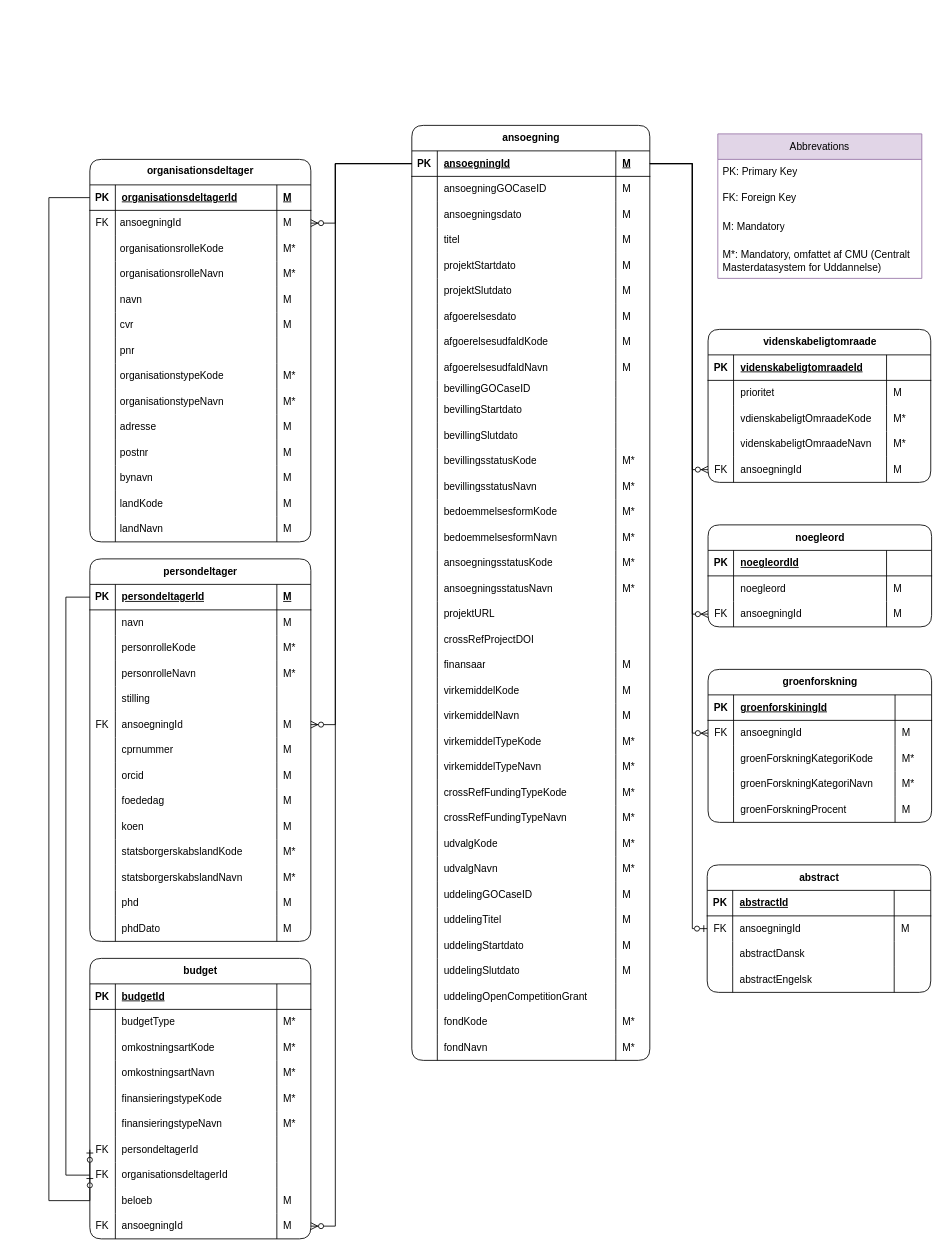
Above: page "NY Raw" (4 of 5) of Grants model.drawio in thomas-lange-dk/Grants (draw.io), before the change. Source tidied: cells renumbered, new cells numbered last; positions are measured from the earlier drawing's top-left corner, leaving out a move shared by most shapes. Both pictures are drawn from the tidied source at 85%, with x=0, y=0 at pixel (48, 125).
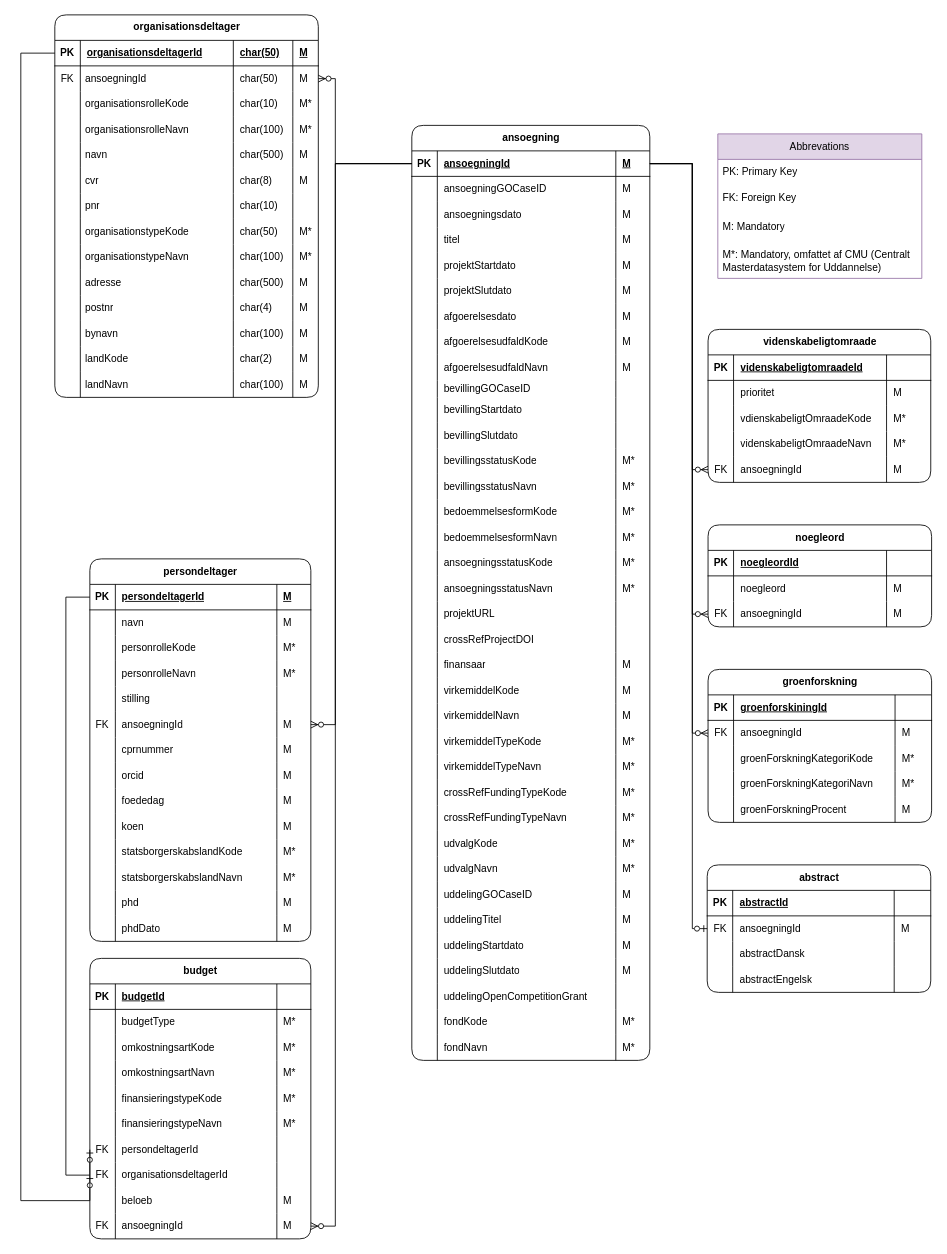
After the change.

The change refers to these unchanged cells:
```xml
<mxCell id="4" value="PK" style="shape=partialRectangle;fillColor=none;top=0;left=0;bottom=0;right=0;fontStyle=1;overflow=hidden;whiteSpace=wrap;html=1;shadow=0;spacingBottom=0;spacingTop=0;" parent="3" vertex="1">
  <mxGeometry width="30" height="30" as="geometry" />
</mxCell>
<mxCell id="101" value="PK" style="shape=partialRectangle;fillColor=none;top=0;left=0;bottom=0;right=0;fontStyle=1;overflow=hidden;whiteSpace=wrap;html=1;shadow=0;" parent="100" vertex="1">
  <mxGeometry width="30" height="30" as="geometry" />
</mxCell>
<mxCell id="331" value="FK" style="shape=partialRectangle;fillColor=none;top=0;left=0;bottom=0;right=0;overflow=hidden;whiteSpace=wrap;html=1;shadow=0;" parent="330" vertex="1">
  <mxGeometry width="30" height="30" as="geometry" />
</mxCell>
```

Diff of the diagram source:
```diff
@@
     <mxCell id="2" value="organisationsdeltager" style="shape=table;startSize=30;childLayout=tableLayout;rowLines=0;fontStyle=1;align=center;html=1;rounded=1;shadow=0;spacing=-3;spacingTop=-3;" parent="1" vertex="1">
-      <mxGeometry x="48.2" y="40" width="260" height="450" as="geometry" />
+      <mxGeometry x="7" y="-130" width="310" height="450" as="geometry" />
     </mxCell>
     <mxCell id="3" style="shape=tableRow;horizontal=0;startSize=0;swimlaneHead=0;swimlaneBody=0;fillColor=none;top=0;left=0;right=0;bottom=1;shadow=0;spacingBottom=0;spacingTop=0;" parent="2" vertex="1">
-      <mxGeometry y="30" width="260" height="30" as="geometry" />
+      <mxGeometry y="30" width="310" height="30" as="geometry" />
     </mxCell>
@@
     <mxCell id="5" value="&lt;span style=&quot;text-align: center; text-wrap-mode: nowrap;&quot;&gt;organisationsdeltager&lt;/span&gt;Id" style="shape=partialRectangle;fillColor=none;top=0;left=0;bottom=0;right=0;align=left;spacingLeft=6;fontStyle=5;overflow=hidden;whiteSpace=wrap;html=1;shadow=0;spacingBottom=0;spacingTop=0;" parent="3" vertex="1">
-      <mxGeometry x="30" width="190" height="30" as="geometry" />
+      <mxGeometry x="30" width="180" height="30" as="geometry" />
     </mxCell>
+    <mxCell id="388" value="char(50)" style="shape=partialRectangle;fillColor=none;top=0;left=0;bottom=0;right=0;align=left;spacingLeft=6;fontStyle=5;overflow=hidden;whiteSpace=wrap;html=1;shadow=0;spacingBottom=0;spacingTop=0;" parent="3" vertex="1">
+      <mxGeometry x="210" width="70" height="30" as="geometry" />
+    </mxCell>
     <mxCell id="6" value="M" style="shape=partialRectangle;fillColor=none;top=0;left=0;bottom=0;right=0;align=left;spacingLeft=6;fontStyle=5;overflow=hidden;whiteSpace=wrap;html=1;shadow=0;spacingBottom=0;spacingTop=0;" parent="3" vertex="1">
-      <mxGeometry x="220" width="40" height="30" as="geometry" />
+      <mxGeometry x="280" width="30" height="30" as="geometry" />
     </mxCell>
     <mxCell id="7" style="shape=tableRow;horizontal=0;startSize=0;swimlaneHead=0;swimlaneBody=0;fillColor=none;top=0;left=0;right=0;bottom=0;shadow=0;spacingBottom=0;spacingTop=0;" parent="2" vertex="1">
-      <mxGeometry y="60" width="260" height="30" as="geometry" />
+      <mxGeometry y="60" width="310" height="30" as="geometry" />
     </mxCell>
@@
     <mxCell id="9" value="ansoegning&lt;span style=&quot;background-color: transparent; color: light-dark(rgb(0, 0, 0), rgb(255, 255, 255));&quot;&gt;Id&lt;/span&gt;" style="shape=partialRectangle;fillColor=none;top=0;left=0;bottom=0;right=0;align=left;spacingLeft=6;overflow=hidden;whiteSpace=wrap;html=1;shadow=0;spacing=0;spacingBottom=0;spacingTop=0;verticalAlign=middle;" parent="7" vertex="1">
-      <mxGeometry x="30" width="190" height="30" as="geometry" />
+      <mxGeometry x="30" width="180" height="30" as="geometry" />
     </mxCell>
+    <mxCell id="389" value="char(50)" style="shape=partialRectangle;fillColor=none;top=0;left=0;bottom=0;right=0;align=left;spacingLeft=6;overflow=hidden;whiteSpace=wrap;html=1;shadow=0;spacingBottom=0;spacingTop=0;" parent="7" vertex="1">
+      <mxGeometry x="210" width="70" height="30" as="geometry" />
+    </mxCell>
     <mxCell id="10" value="M" style="shape=partialRectangle;fillColor=none;top=0;left=0;bottom=0;right=0;align=left;spacingLeft=6;overflow=hidden;whiteSpace=wrap;html=1;shadow=0;spacingBottom=0;spacingTop=0;" parent="7" vertex="1">
-      <mxGeometry x="220" width="40" height="30" as="geometry" />
+      <mxGeometry x="280" width="30" height="30" as="geometry" />
     </mxCell>
     <mxCell id="11" style="shape=tableRow;horizontal=0;startSize=0;swimlaneHead=0;swimlaneBody=0;fillColor=none;top=0;left=0;right=0;bottom=0;shadow=0;spacingBottom=0;spacingTop=0;" parent="2" vertex="1">
-      <mxGeometry y="90" width="260" height="30" as="geometry" />
+      <mxGeometry y="90" width="310" height="30" as="geometry" />
     </mxCell>
@@
     <mxCell id="13" value="organisationsrolleKode" style="shape=partialRectangle;fillColor=none;top=0;left=0;bottom=0;right=0;align=left;spacingLeft=6;overflow=hidden;whiteSpace=wrap;html=1;shadow=0;spacing=0;spacingBottom=0;spacingTop=0;verticalAlign=middle;" parent="11" vertex="1">
-      <mxGeometry x="30" width="190" height="30" as="geometry" />
+      <mxGeometry x="30" width="180" height="30" as="geometry" />
     </mxCell>
+    <mxCell id="390" value="char(10)" style="shape=partialRectangle;fillColor=none;top=0;left=0;bottom=0;right=0;align=left;spacingLeft=6;overflow=hidden;whiteSpace=wrap;html=1;shadow=0;spacingBottom=0;spacingTop=0;" parent="11" vertex="1">
+      <mxGeometry x="210" width="70" height="30" as="geometry" />
+    </mxCell>
     <mxCell id="14" value="M*" style="shape=partialRectangle;fillColor=none;top=0;left=0;bottom=0;right=0;align=left;spacingLeft=6;overflow=hidden;whiteSpace=wrap;html=1;shadow=0;spacingBottom=0;spacingTop=0;" parent="11" vertex="1">
-      <mxGeometry x="220" width="40" height="30" as="geometry" />
+      <mxGeometry x="280" width="30" height="30" as="geometry" />
     </mxCell>
     <mxCell id="15" style="shape=tableRow;horizontal=0;startSize=0;swimlaneHead=0;swimlaneBody=0;fillColor=none;top=0;left=0;right=0;bottom=0;shadow=0;spacingBottom=0;spacingTop=0;" parent="2" vertex="1">
-      <mxGeometry y="120" width="260" height="30" as="geometry" />
+      <mxGeometry y="120" width="310" height="30" as="geometry" />
     </mxCell>
@@
     <mxCell id="17" value="organisationsrolleNavn" style="shape=partialRectangle;fillColor=none;top=0;left=0;bottom=0;right=0;align=left;spacingLeft=6;overflow=hidden;whiteSpace=wrap;html=1;shadow=0;spacing=0;spacingBottom=0;spacingTop=0;verticalAlign=middle;" parent="15" vertex="1">
-      <mxGeometry x="30" width="190" height="30" as="geometry" />
+      <mxGeometry x="30" width="180" height="30" as="geometry" />
     </mxCell>
+    <mxCell id="391" value="char(100)" style="shape=partialRectangle;fillColor=none;top=0;left=0;bottom=0;right=0;align=left;spacingLeft=6;overflow=hidden;whiteSpace=wrap;html=1;shadow=0;spacingBottom=0;spacingTop=0;" parent="15" vertex="1">
+      <mxGeometry x="210" width="70" height="30" as="geometry" />
+    </mxCell>
     <mxCell id="18" value="M*" style="shape=partialRectangle;fillColor=none;top=0;left=0;bottom=0;right=0;align=left;spacingLeft=6;overflow=hidden;whiteSpace=wrap;html=1;shadow=0;spacingBottom=0;spacingTop=0;" parent="15" vertex="1">
-      <mxGeometry x="220" width="40" height="30" as="geometry" />
+      <mxGeometry x="280" width="30" height="30" as="geometry" />
     </mxCell>
     <mxCell id="19" style="shape=tableRow;horizontal=0;startSize=0;swimlaneHead=0;swimlaneBody=0;fillColor=none;top=0;left=0;right=0;bottom=0;shadow=0;spacingBottom=0;spacingTop=0;" parent="2" vertex="1">
-      <mxGeometry y="150" width="260" height="30" as="geometry" />
+      <mxGeometry y="150" width="310" height="30" as="geometry" />
     </mxCell>
@@
     <mxCell id="21" value="navn" style="shape=partialRectangle;fillColor=none;top=0;left=0;bottom=0;right=0;align=left;spacingLeft=6;overflow=hidden;whiteSpace=wrap;html=1;shadow=0;spacing=0;spacingBottom=0;spacingTop=0;verticalAlign=middle;" parent="19" vertex="1">
-      <mxGeometry x="30" width="190" height="30" as="geometry" />
+      <mxGeometry x="30" width="180" height="30" as="geometry" />
     </mxCell>
+    <mxCell id="392" value="char(500)" style="shape=partialRectangle;fillColor=none;top=0;left=0;bottom=0;right=0;align=left;spacingLeft=6;overflow=hidden;whiteSpace=wrap;html=1;shadow=0;spacingBottom=0;spacingTop=0;" parent="19" vertex="1">
+      <mxGeometry x="210" width="70" height="30" as="geometry" />
+    </mxCell>
     <mxCell id="22" value="M" style="shape=partialRectangle;fillColor=none;top=0;left=0;bottom=0;right=0;align=left;spacingLeft=6;overflow=hidden;whiteSpace=wrap;html=1;shadow=0;spacingBottom=0;spacingTop=0;" parent="19" vertex="1">
-      <mxGeometry x="220" width="40" height="30" as="geometry" />
+      <mxGeometry x="280" width="30" height="30" as="geometry" />
     </mxCell>
     <mxCell id="23" style="shape=tableRow;horizontal=0;startSize=0;swimlaneHead=0;swimlaneBody=0;fillColor=none;top=0;left=0;right=0;bottom=0;shadow=0;spacingBottom=0;spacingTop=0;" parent="2" vertex="1">
-      <mxGeometry y="180" width="260" height="30" as="geometry" />
+      <mxGeometry y="180" width="310" height="30" as="geometry" />
     </mxCell>
@@
     <mxCell id="25" value="cvr" style="shape=partialRectangle;fillColor=none;top=0;left=0;bottom=0;right=0;align=left;spacingLeft=6;overflow=hidden;whiteSpace=wrap;html=1;shadow=0;spacing=0;spacingBottom=0;spacingTop=0;verticalAlign=middle;" parent="23" vertex="1">
-      <mxGeometry x="30" width="190" height="30" as="geometry" />
+      <mxGeometry x="30" width="180" height="30" as="geometry" />
     </mxCell>
+    <mxCell id="393" value="char(8)" style="shape=partialRectangle;fillColor=none;top=0;left=0;bottom=0;right=0;align=left;spacingLeft=6;overflow=hidden;whiteSpace=wrap;html=1;shadow=0;spacingBottom=0;spacingTop=0;" parent="23" vertex="1">
+      <mxGeometry x="210" width="70" height="30" as="geometry" />
+    </mxCell>
     <mxCell id="26" value="M" style="shape=partialRectangle;fillColor=none;top=0;left=0;bottom=0;right=0;align=left;spacingLeft=6;overflow=hidden;whiteSpace=wrap;html=1;shadow=0;spacingBottom=0;spacingTop=0;" parent="23" vertex="1">
-      <mxGeometry x="220" width="40" height="30" as="geometry" />
+      <mxGeometry x="280" width="30" height="30" as="geometry" />
     </mxCell>
     <mxCell id="27" style="shape=tableRow;horizontal=0;startSize=0;swimlaneHead=0;swimlaneBody=0;fillColor=none;top=0;left=0;right=0;bottom=0;shadow=0;spacingBottom=0;spacingTop=0;" parent="2" vertex="1">
-      <mxGeometry y="210" width="260" height="30" as="geometry" />
+      <mxGeometry y="210" width="310" height="30" as="geometry" />
     </mxCell>
@@
     <mxCell id="29" value="pnr" style="shape=partialRectangle;fillColor=none;top=0;left=0;bottom=0;right=0;align=left;spacingLeft=6;overflow=hidden;whiteSpace=wrap;html=1;shadow=0;spacing=0;spacingBottom=0;spacingTop=0;verticalAlign=middle;" parent="27" vertex="1">
-      <mxGeometry x="30" width="190" height="30" as="geometry" />
+      <mxGeometry x="30" width="180" height="30" as="geometry" />
     </mxCell>
+    <mxCell id="394" value="char(10)" style="shape=partialRectangle;fillColor=none;top=0;left=0;bottom=0;right=0;align=left;spacingLeft=6;overflow=hidden;whiteSpace=wrap;html=1;shadow=0;spacingBottom=0;spacingTop=0;" parent="27" vertex="1">
+      <mxGeometry x="210" width="70" height="30" as="geometry" />
+    </mxCell>
     <mxCell id="30" style="shape=partialRectangle;fillColor=none;top=0;left=0;bottom=0;right=0;align=left;spacingLeft=6;overflow=hidden;whiteSpace=wrap;html=1;shadow=0;spacingBottom=0;spacingTop=0;" parent="27" vertex="1">
-      <mxGeometry x="220" width="40" height="30" as="geometry" />
+      <mxGeometry x="280" width="30" height="30" as="geometry" />
     </mxCell>
     <mxCell id="31" style="shape=tableRow;horizontal=0;startSize=0;swimlaneHead=0;swimlaneBody=0;fillColor=none;top=0;left=0;right=0;bottom=0;shadow=0;spacingBottom=0;spacingTop=0;" parent="2" vertex="1">
-      <mxGeometry y="240" width="260" height="30" as="geometry" />
+      <mxGeometry y="240" width="310" height="30" as="geometry" />
     </mxCell>
@@
     <mxCell id="33" value="organisationstypeKode" style="shape=partialRectangle;fillColor=none;top=0;left=0;bottom=0;right=0;align=left;spacingLeft=6;overflow=hidden;whiteSpace=wrap;html=1;shadow=0;spacing=0;spacingBottom=0;spacingTop=0;verticalAlign=middle;" parent="31" vertex="1">
-      <mxGeometry x="30" width="190" height="30" as="geometry" />
+      <mxGeometry x="30" width="180" height="30" as="geometry" />
     </mxCell>
+    <mxCell id="395" value="char(50)" style="shape=partialRectangle;fillColor=none;top=0;left=0;bottom=0;right=0;align=left;spacingLeft=6;overflow=hidden;whiteSpace=wrap;html=1;shadow=0;spacingBottom=0;spacingTop=0;" parent="31" vertex="1">
+      <mxGeometry x="210" width="70" height="30" as="geometry" />
+    </mxCell>
     <mxCell id="34" value="M*" style="shape=partialRectangle;fillColor=none;top=0;left=0;bottom=0;right=0;align=left;spacingLeft=6;overflow=hidden;whiteSpace=wrap;html=1;shadow=0;spacingBottom=0;spacingTop=0;" parent="31" vertex="1">
-      <mxGeometry x="220" width="40" height="30" as="geometry" />
+      <mxGeometry x="280" width="30" height="30" as="geometry" />
     </mxCell>
     <mxCell id="35" style="shape=tableRow;horizontal=0;startSize=0;swimlaneHead=0;swimlaneBody=0;fillColor=none;top=0;left=0;right=0;bottom=0;shadow=0;spacingBottom=0;spacingTop=0;" parent="2" vertex="1">
-      <mxGeometry y="270" width="260" height="30" as="geometry" />
+      <mxGeometry y="270" width="310" height="30" as="geometry" />
     </mxCell>
@@
     <mxCell id="37" value="organisationstypeNavn" style="shape=partialRectangle;fillColor=none;top=0;left=0;bottom=0;right=0;align=left;spacingLeft=6;overflow=hidden;whiteSpace=wrap;html=1;shadow=0;spacing=0;spacingBottom=0;spacingTop=0;verticalAlign=middle;" parent="35" vertex="1">
-      <mxGeometry x="30" width="190" height="30" as="geometry" />
+      <mxGeometry x="30" width="180" height="30" as="geometry" />
     </mxCell>
+    <mxCell id="396" value="char(100)" style="shape=partialRectangle;fillColor=none;top=0;left=0;bottom=0;right=0;align=left;spacingLeft=6;overflow=hidden;whiteSpace=wrap;html=1;shadow=0;spacingBottom=0;spacingTop=0;" parent="35" vertex="1">
+      <mxGeometry x="210" width="70" height="30" as="geometry" />
+    </mxCell>
     <mxCell id="38" value="M*" style="shape=partialRectangle;fillColor=none;top=0;left=0;bottom=0;right=0;align=left;spacingLeft=6;overflow=hidden;whiteSpace=wrap;html=1;shadow=0;spacingBottom=0;spacingTop=0;" parent="35" vertex="1">
-      <mxGeometry x="220" width="40" height="30" as="geometry" />
+      <mxGeometry x="280" width="30" height="30" as="geometry" />
     </mxCell>
     <mxCell id="39" style="shape=tableRow;horizontal=0;startSize=0;swimlaneHead=0;swimlaneBody=0;fillColor=none;top=0;left=0;right=0;bottom=0;shadow=0;spacingBottom=0;spacingTop=0;" parent="2" vertex="1">
-      <mxGeometry y="300" width="260" height="30" as="geometry" />
+      <mxGeometry y="300" width="310" height="30" as="geometry" />
     </mxCell>
@@
     <mxCell id="41" value="adresse" style="shape=partialRectangle;fillColor=none;top=0;left=0;bottom=0;right=0;align=left;spacingLeft=6;overflow=hidden;whiteSpace=wrap;html=1;shadow=0;spacing=0;spacingBottom=0;spacingTop=0;verticalAlign=middle;" parent="39" vertex="1">
-      <mxGeometry x="30" width="190" height="30" as="geometry" />
+      <mxGeometry x="30" width="180" height="30" as="geometry" />
     </mxCell>
+    <mxCell id="397" value="char(500)" style="shape=partialRectangle;fillColor=none;top=0;left=0;bottom=0;right=0;align=left;spacingLeft=6;overflow=hidden;whiteSpace=wrap;html=1;shadow=0;spacingBottom=0;spacingTop=0;" parent="39" vertex="1">
+      <mxGeometry x="210" width="70" height="30" as="geometry" />
+    </mxCell>
     <mxCell id="42" value="M" style="shape=partialRectangle;fillColor=none;top=0;left=0;bottom=0;right=0;align=left;spacingLeft=6;overflow=hidden;whiteSpace=wrap;html=1;shadow=0;spacingBottom=0;spacingTop=0;" parent="39" vertex="1">
-      <mxGeometry x="220" width="40" height="30" as="geometry" />
+      <mxGeometry x="280" width="30" height="30" as="geometry" />
     </mxCell>
     <mxCell id="43" style="shape=tableRow;horizontal=0;startSize=0;swimlaneHead=0;swimlaneBody=0;fillColor=none;top=0;left=0;right=0;bottom=0;shadow=0;spacingBottom=0;spacingTop=0;" parent="2" vertex="1">
-      <mxGeometry y="330" width="260" height="30" as="geometry" />
+      <mxGeometry y="330" width="310" height="30" as="geometry" />
     </mxCell>
@@
     <mxCell id="45" value="postnr" style="shape=partialRectangle;fillColor=none;top=0;left=0;bottom=0;right=0;align=left;spacingLeft=6;overflow=hidden;whiteSpace=wrap;html=1;shadow=0;spacing=0;spacingBottom=0;spacingTop=0;verticalAlign=middle;" parent="43" vertex="1">
-      <mxGeometry x="30" width="190" height="30" as="geometry" />
+      <mxGeometry x="30" width="180" height="30" as="geometry" />
     </mxCell>
+    <mxCell id="398" value="char(4)" style="shape=partialRectangle;fillColor=none;top=0;left=0;bottom=0;right=0;align=left;spacingLeft=6;overflow=hidden;whiteSpace=wrap;html=1;shadow=0;spacingBottom=0;spacingTop=0;" parent="43" vertex="1">
+      <mxGeometry x="210" width="70" height="30" as="geometry" />
+    </mxCell>
     <mxCell id="46" value="M" style="shape=partialRectangle;fillColor=none;top=0;left=0;bottom=0;right=0;align=left;spacingLeft=6;overflow=hidden;whiteSpace=wrap;html=1;shadow=0;spacingBottom=0;spacingTop=0;" parent="43" vertex="1">
-      <mxGeometry x="220" width="40" height="30" as="geometry" />
+      <mxGeometry x="280" width="30" height="30" as="geometry" />
     </mxCell>
     <mxCell id="47" style="shape=tableRow;horizontal=0;startSize=0;swimlaneHead=0;swimlaneBody=0;fillColor=none;top=0;left=0;right=0;bottom=0;shadow=0;spacingBottom=0;spacingTop=0;" parent="2" vertex="1">
-      <mxGeometry y="360" width="260" height="30" as="geometry" />
+      <mxGeometry y="360" width="310" height="30" as="geometry" />
     </mxCell>
@@
     <mxCell id="49" value="bynavn" style="shape=partialRectangle;fillColor=none;top=0;left=0;bottom=0;right=0;align=left;spacingLeft=6;overflow=hidden;whiteSpace=wrap;html=1;shadow=0;spacing=0;spacingBottom=0;spacingTop=0;verticalAlign=middle;" parent="47" vertex="1">
-      <mxGeometry x="30" width="190" height="30" as="geometry" />
+      <mxGeometry x="30" width="180" height="30" as="geometry" />
     </mxCell>
+    <mxCell id="399" value="char(100)" style="shape=partialRectangle;fillColor=none;top=0;left=0;bottom=0;right=0;align=left;spacingLeft=6;overflow=hidden;whiteSpace=wrap;html=1;shadow=0;spacingBottom=0;spacingTop=0;" parent="47" vertex="1">
+      <mxGeometry x="210" width="70" height="30" as="geometry" />
+    </mxCell>
     <mxCell id="50" value="M" style="shape=partialRectangle;fillColor=none;top=0;left=0;bottom=0;right=0;align=left;spacingLeft=6;overflow=hidden;whiteSpace=wrap;html=1;shadow=0;spacingBottom=0;spacingTop=0;" parent="47" vertex="1">
-      <mxGeometry x="220" width="40" height="30" as="geometry" />
+      <mxGeometry x="280" width="30" height="30" as="geometry" />
     </mxCell>
     <mxCell id="51" style="shape=tableRow;horizontal=0;startSize=0;swimlaneHead=0;swimlaneBody=0;fillColor=none;top=0;left=0;right=0;bottom=0;shadow=0;spacingBottom=0;spacingTop=0;" parent="2" vertex="1">
-      <mxGeometry y="390" width="260" height="30" as="geometry" />
+      <mxGeometry y="390" width="310" height="30" as="geometry" />
     </mxCell>
@@
     <mxCell id="53" value="landKode" style="shape=partialRectangle;fillColor=none;top=0;left=0;bottom=0;right=0;align=left;spacingLeft=6;overflow=hidden;whiteSpace=wrap;html=1;shadow=0;spacing=0;spacingBottom=0;spacingTop=0;verticalAlign=middle;" parent="51" vertex="1">
-      <mxGeometry x="30" width="190" height="30" as="geometry" />
+      <mxGeometry x="30" width="180" height="30" as="geometry" />
     </mxCell>
+    <mxCell id="400" value="char(2)" style="shape=partialRectangle;fillColor=none;top=0;left=0;bottom=0;right=0;align=left;spacingLeft=6;overflow=hidden;whiteSpace=wrap;html=1;shadow=0;spacingBottom=0;spacingTop=0;" parent="51" vertex="1">
+      <mxGeometry x="210" width="70" height="30" as="geometry" />
+    </mxCell>
     <mxCell id="54" value="M" style="shape=partialRectangle;fillColor=none;top=0;left=0;bottom=0;right=0;align=left;spacingLeft=6;overflow=hidden;whiteSpace=wrap;html=1;shadow=0;spacingBottom=0;spacingTop=0;" parent="51" vertex="1">
-      <mxGeometry x="220" width="40" height="30" as="geometry" />
+      <mxGeometry x="280" width="30" height="30" as="geometry" />
     </mxCell>
     <mxCell id="55" style="shape=tableRow;horizontal=0;startSize=0;swimlaneHead=0;swimlaneBody=0;fillColor=none;top=0;left=0;right=0;bottom=0;shadow=0;spacingBottom=0;spacingTop=0;" parent="2" vertex="1">
-      <mxGeometry y="420" width="260" height="30" as="geometry" />
+      <mxGeometry y="420" width="310" height="30" as="geometry" />
     </mxCell>
@@
     <mxCell id="57" value="landNavn" style="shape=partialRectangle;fillColor=none;top=0;left=0;bottom=0;right=0;align=left;spacingLeft=6;overflow=hidden;whiteSpace=wrap;html=1;shadow=0;spacing=0;spacingBottom=0;spacingTop=0;verticalAlign=middle;" parent="55" vertex="1">
-      <mxGeometry x="30" width="190" height="30" as="geometry" />
+      <mxGeometry x="30" width="180" height="30" as="geometry" />
     </mxCell>
+    <mxCell id="401" value="char(100)" style="shape=partialRectangle;fillColor=none;top=0;left=0;bottom=0;right=0;align=left;spacingLeft=6;overflow=hidden;whiteSpace=wrap;html=1;shadow=0;spacingBottom=0;spacingTop=0;" parent="55" vertex="1">
+      <mxGeometry x="210" width="70" height="30" as="geometry" />
+    </mxCell>
     <mxCell id="58" value="M" style="shape=partialRectangle;fillColor=none;top=0;left=0;bottom=0;right=0;align=left;spacingLeft=6;overflow=hidden;whiteSpace=wrap;html=1;shadow=0;spacingBottom=0;spacingTop=0;" parent="55" vertex="1">
-      <mxGeometry x="220" width="40" height="30" as="geometry" />
+      <mxGeometry x="280" width="30" height="30" as="geometry" />
     </mxCell>
@@
     <mxCell id="344" style="fontSize=12;html=1;endArrow=ERzeroToMany;endFill=1;rounded=0;shadow=0;edgeStyle=orthogonalEdgeStyle;exitX=0;exitY=0.5;exitDx=0;exitDy=0;entryX=1;entryY=0.5;entryDx=0;entryDy=0;" parent="1" edge="1" source="101" target="10">
       <mxGeometry relative="1" as="geometry">
         <Array as="points">
           <mxPoint x="337" y="45" />
-          <mxPoint x="337" y="115" />
+          <mxPoint x="337" y="-55" />
         </Array>
       </mxGeometry>
     </mxCell>
@@
     <mxCell id="347" style="fontSize=12;html=1;endArrow=ERzeroToOne;endFill=0;rounded=0;shadow=0;edgeStyle=orthogonalEdgeStyle;exitX=0;exitY=0.5;exitDx=0;exitDy=0;entryX=0;entryY=0.5;entryDx=0;entryDy=0;" parent="1" edge="1" source="4" target="331">
       <mxGeometry relative="1" as="geometry">
         <Array as="points">
-          <mxPoint y="85" />
-          <mxPoint y="1265" />
+          <mxPoint x="-33" y="-85" />
+          <mxPoint x="-33" y="1265" />
+          <mxPoint x="48" y="1265" />
         </Array>
       </mxGeometry>
     </mxCell>
```
